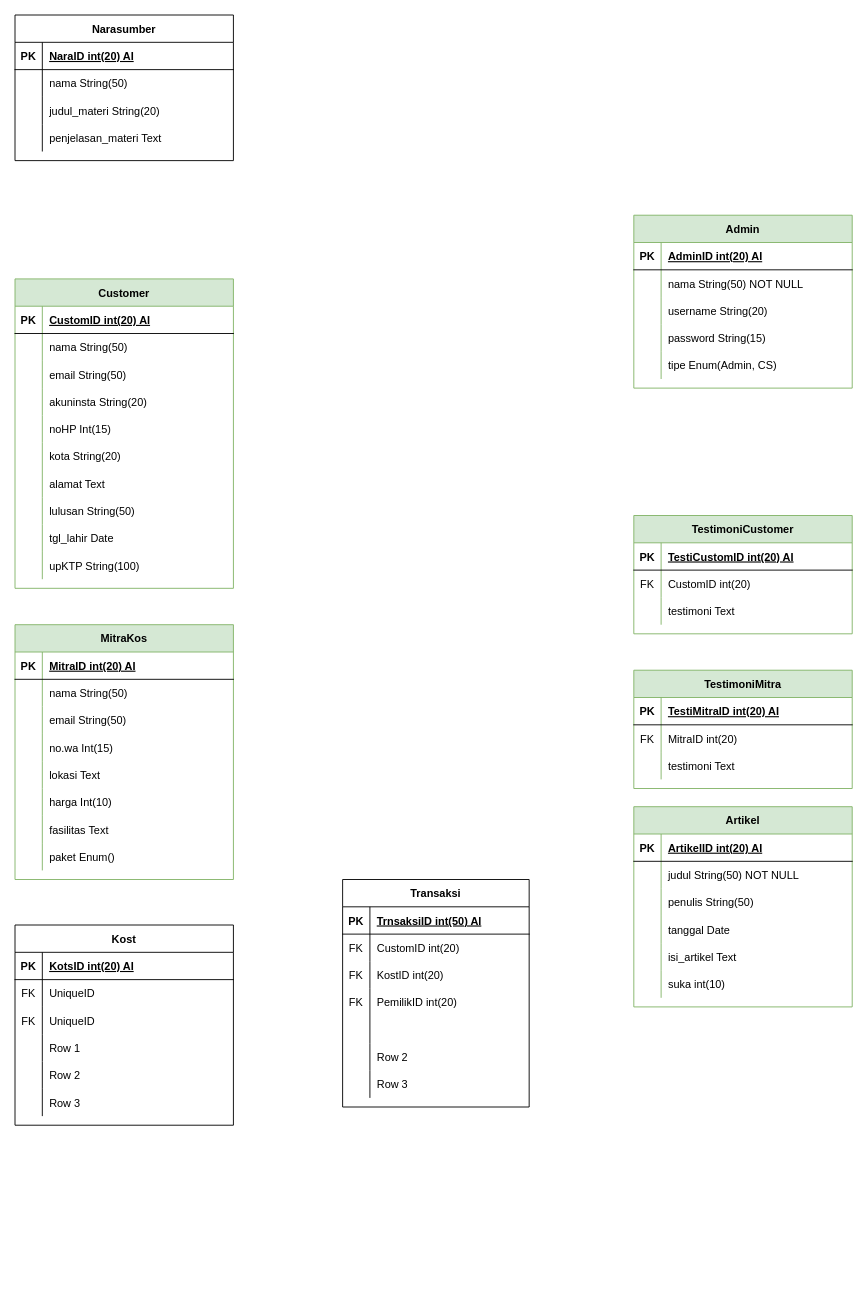
Earlier version of the draw.io diagram ERD TerasKos.drawio (sendy452/DIagram-Model). Source tidied: cells renumbered, new cells numbered last; positions are measured from the earlier drawing's top-left corner, leaving out a move shared by most shapes. Both pictures are drawn from the tidied source at 91%, with x=0, y=0 at pixel (15, 15).
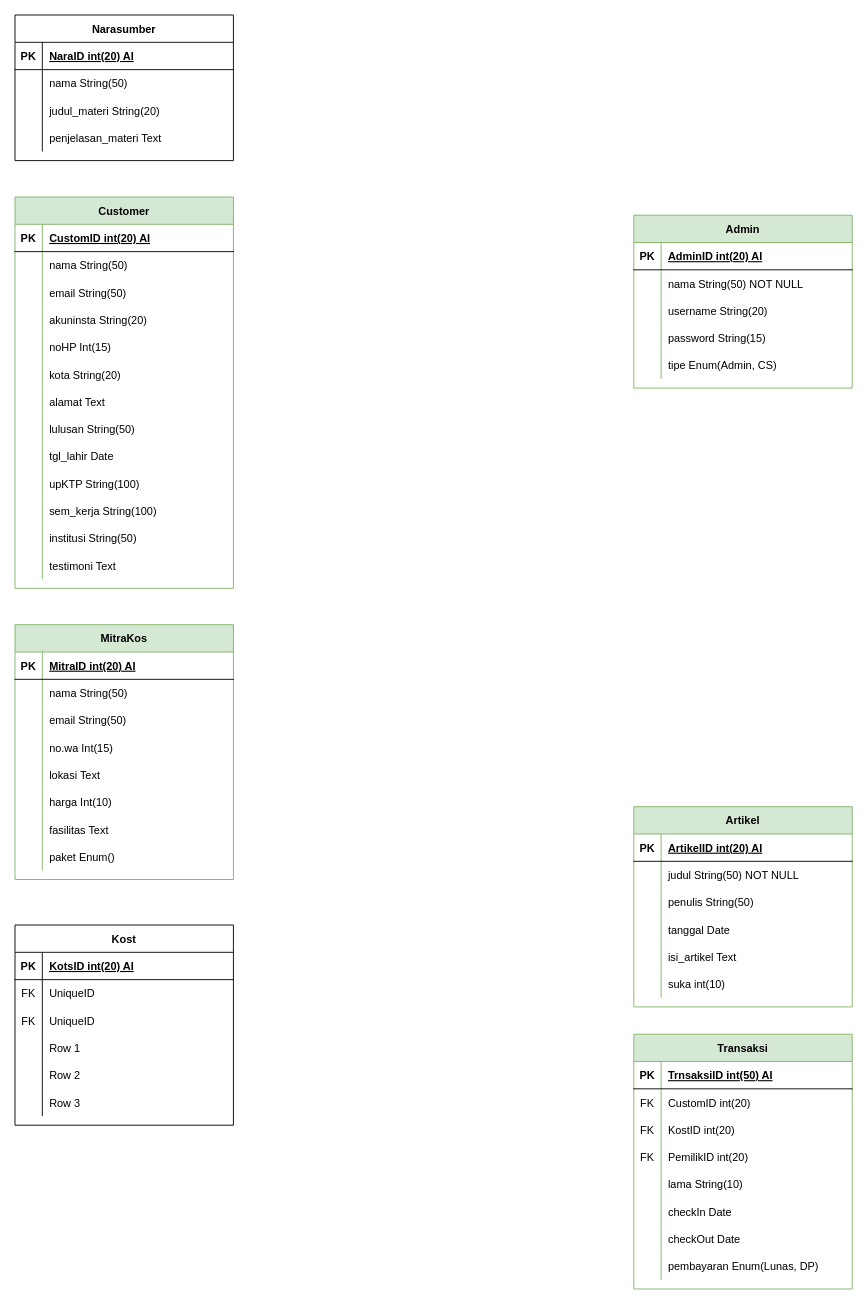
The same page after the edit.

Change to the diagram source:
```diff
@@
     <mxCell id="27" value="Customer" style="shape=table;startSize=30;childLayout=tableLayout;rowLines=0;fontStyle=1;align=center;fillColor=#d5e8d4;strokeColor=#82b366;" parent="1" vertex="1">
-      <mxGeometry y="290" width="240" height="340" as="geometry" />
+      <mxGeometry y="200" width="240" height="430" as="geometry" />
     </mxCell>
@@
+    <mxCell id="167" style="shape=partialRectangle;fillColor=none;top=0;left=0;bottom=0;right=0;" parent="27" vertex="1">
+      <mxGeometry y="330" width="240" height="30" as="geometry" />
+    </mxCell>
+    <mxCell id="168" style="shape=partialRectangle;fillColor=none;top=0;left=0;bottom=0;right=0;overflow=hidden;" parent="167" vertex="1">
+      <mxGeometry width="30" height="30" as="geometry" />
+    </mxCell>
+    <mxCell id="169" value="sem_kerja String(100)" style="shape=partialRectangle;fillColor=none;top=0;left=0;bottom=0;right=0;align=left;spacingLeft=6;overflow=hidden;" parent="167" vertex="1">
+      <mxGeometry x="30" width="210" height="30" as="geometry" />
+    </mxCell>
+    <mxCell id="170" style="shape=partialRectangle;fillColor=none;top=0;left=0;bottom=0;right=0;" parent="27" vertex="1">
+      <mxGeometry y="360" width="240" height="30" as="geometry" />
+    </mxCell>
+    <mxCell id="171" style="shape=partialRectangle;fillColor=none;top=0;left=0;bottom=0;right=0;overflow=hidden;" parent="170" vertex="1">
+      <mxGeometry width="30" height="30" as="geometry" />
+    </mxCell>
+    <mxCell id="172" value="institusi String(50)" style="shape=partialRectangle;fillColor=none;top=0;left=0;bottom=0;right=0;align=left;spacingLeft=6;overflow=hidden;" parent="170" vertex="1">
+      <mxGeometry x="30" width="210" height="30" as="geometry" />
+    </mxCell>
+    <mxCell id="173" style="shape=partialRectangle;fillColor=none;top=0;left=0;bottom=0;right=0;" parent="27" vertex="1">
+      <mxGeometry y="390" width="240" height="30" as="geometry" />
+    </mxCell>
+    <mxCell id="174" style="shape=partialRectangle;fillColor=none;top=0;left=0;bottom=0;right=0;overflow=hidden;" parent="173" vertex="1">
+      <mxGeometry width="30" height="30" as="geometry" />
+    </mxCell>
+    <mxCell id="175" value="testimoni Text" style="shape=partialRectangle;fillColor=none;top=0;left=0;bottom=0;right=0;align=left;spacingLeft=6;overflow=hidden;" parent="173" vertex="1">
+      <mxGeometry x="30" width="210" height="30" as="geometry" />
+    </mxCell>
@@
-    <mxCell id="93" value="TestimoniCustomer" style="shape=table;startSize=30;childLayout=tableLayout;rowLines=0;fontStyle=1;align=center;fillColor=#d5e8d4;strokeColor=#82b366;" parent="1" vertex="1">
-      <mxGeometry x="680" y="550" width="240" height="130" as="geometry" />
-    </mxCell>
-    <mxCell id="94" style="shape=partialRectangle;fillColor=none;top=0;left=0;bottom=1;right=0;" parent="93" vertex="1">
-      <mxGeometry y="30" width="240" height="30" as="geometry" />
-    </mxCell>
-    <mxCell id="95" value="PK" style="shape=partialRectangle;fillColor=none;top=0;left=0;bottom=0;right=0;fontStyle=1;overflow=hidden;" parent="94" vertex="1">
-      <mxGeometry width="30" height="30" as="geometry" />
-    </mxCell>
-    <mxCell id="96" value="TestiCustomID int(20) AI" style="shape=partialRectangle;fillColor=none;top=0;left=0;bottom=0;right=0;align=left;spacingLeft=6;fontStyle=5;overflow=hidden;" parent="94" vertex="1">
-      <mxGeometry x="30" width="210" height="30" as="geometry" />
-    </mxCell>
-    <mxCell id="97" style="shape=partialRectangle;fillColor=none;top=0;left=0;bottom=0;right=0;" parent="93" vertex="1">
-      <mxGeometry y="60" width="240" height="30" as="geometry" />
-    </mxCell>
-    <mxCell id="98" value="FK" style="shape=partialRectangle;fillColor=none;top=0;left=0;bottom=0;right=0;fontStyle=0;overflow=hidden;" parent="97" vertex="1">
-      <mxGeometry width="30" height="30" as="geometry" />
-    </mxCell>
-    <mxCell id="99" value="CustomID int(20)" style="shape=partialRectangle;fillColor=none;top=0;left=0;bottom=0;right=0;align=left;spacingLeft=6;fontStyle=0;overflow=hidden;" parent="97" vertex="1">
-      <mxGeometry x="30" width="210" height="30" as="geometry" />
-    </mxCell>
-    <mxCell id="100" style="shape=partialRectangle;fillColor=none;top=0;left=0;bottom=0;right=0;" parent="93" vertex="1">
-      <mxGeometry y="90" width="240" height="30" as="geometry" />
-    </mxCell>
-    <mxCell id="101" style="shape=partialRectangle;fillColor=none;top=0;left=0;bottom=0;right=0;overflow=hidden;" parent="100" vertex="1">
-      <mxGeometry width="30" height="30" as="geometry" />
-    </mxCell>
-    <mxCell id="102" value="testimoni Text" style="shape=partialRectangle;fillColor=none;top=0;left=0;bottom=0;right=0;align=left;spacingLeft=6;overflow=hidden;" parent="100" vertex="1">
-      <mxGeometry x="30" width="210" height="30" as="geometry" />
-    </mxCell>
-    <mxCell id="103" value="TestimoniMitra" style="shape=table;startSize=30;childLayout=tableLayout;rowLines=0;fontStyle=1;align=center;fillColor=#d5e8d4;strokeColor=#82b366;" parent="1" vertex="1">
-      <mxGeometry x="680" y="720" width="240" height="130" as="geometry" />
-    </mxCell>
-    <mxCell id="104" style="shape=partialRectangle;fillColor=none;top=0;left=0;bottom=1;right=0;" parent="103" vertex="1">
-      <mxGeometry y="30" width="240" height="30" as="geometry" />
-    </mxCell>
-    <mxCell id="105" value="PK" style="shape=partialRectangle;fillColor=none;top=0;left=0;bottom=0;right=0;fontStyle=1;overflow=hidden;" parent="104" vertex="1">
-      <mxGeometry width="30" height="30" as="geometry" />
-    </mxCell>
-    <mxCell id="106" value="TestiMitraID int(20) AI" style="shape=partialRectangle;fillColor=none;top=0;left=0;bottom=0;right=0;align=left;spacingLeft=6;fontStyle=5;overflow=hidden;" parent="104" vertex="1">
-      <mxGeometry x="30" width="210" height="30" as="geometry" />
-    </mxCell>
-    <mxCell id="107" style="shape=partialRectangle;fillColor=none;top=0;left=0;bottom=0;right=0;" parent="103" vertex="1">
-      <mxGeometry y="60" width="240" height="30" as="geometry" />
-    </mxCell>
-    <mxCell id="108" value="FK" style="shape=partialRectangle;fillColor=none;top=0;left=0;bottom=0;right=0;fontStyle=0;overflow=hidden;" parent="107" vertex="1">
-      <mxGeometry width="30" height="30" as="geometry" />
-    </mxCell>
-    <mxCell id="109" value="MitraID int(20)" style="shape=partialRectangle;fillColor=none;top=0;left=0;bottom=0;right=0;align=left;spacingLeft=6;fontStyle=0;overflow=hidden;" parent="107" vertex="1">
-      <mxGeometry x="30" width="210" height="30" as="geometry" />
-    </mxCell>
-    <mxCell id="110" style="shape=partialRectangle;fillColor=none;top=0;left=0;bottom=0;right=0;" parent="103" vertex="1">
-      <mxGeometry y="90" width="240" height="30" as="geometry" />
-    </mxCell>
-    <mxCell id="111" style="shape=partialRectangle;fillColor=none;top=0;left=0;bottom=0;right=0;overflow=hidden;" parent="110" vertex="1">
-      <mxGeometry width="30" height="30" as="geometry" />
-    </mxCell>
-    <mxCell id="112" value="testimoni Text" style="shape=partialRectangle;fillColor=none;top=0;left=0;bottom=0;right=0;align=left;spacingLeft=6;overflow=hidden;" parent="110" vertex="1">
-      <mxGeometry x="30" width="210" height="30" as="geometry" />
-    </mxCell>
@@
-    <mxCell id="145" value="Transaksi" style="shape=table;startSize=30;childLayout=tableLayout;rowLines=0;fontStyle=1;align=center;" parent="1" vertex="1">
-      <mxGeometry x="360" y="950" width="205" height="250" as="geometry" />
+    <mxCell id="145" value="Transaksi" style="shape=table;startSize=30;childLayout=tableLayout;rowLines=0;fontStyle=1;align=center;fillColor=#d5e8d4;strokeColor=#82b366;" parent="1" vertex="1">
+      <mxGeometry x="680" y="1120" width="240" height="280" as="geometry" />
     </mxCell>
     <mxCell id="146" style="shape=partialRectangle;fillColor=none;top=0;left=0;bottom=1;right=0;" parent="145" vertex="1">
-      <mxGeometry y="30" width="205" height="30" as="geometry" />
+      <mxGeometry y="30" width="240" height="30" as="geometry" />
     </mxCell>
@@
     <mxCell id="148" value="TrnsaksiID int(50) AI" style="shape=partialRectangle;fillColor=none;top=0;left=0;bottom=0;right=0;align=left;spacingLeft=6;fontStyle=5;overflow=hidden;" parent="146" vertex="1">
-      <mxGeometry x="30" width="175" height="30" as="geometry" />
+      <mxGeometry x="30" width="210" height="30" as="geometry" />
     </mxCell>
     <mxCell id="149" style="shape=partialRectangle;fillColor=none;top=0;left=0;bottom=0;right=0;" parent="145" vertex="1">
-      <mxGeometry y="60" width="205" height="30" as="geometry" />
+      <mxGeometry y="60" width="240" height="30" as="geometry" />
     </mxCell>
@@
     <mxCell id="151" value="CustomID int(20)" style="shape=partialRectangle;fillColor=none;top=0;left=0;bottom=0;right=0;align=left;spacingLeft=6;fontStyle=0;overflow=hidden;" parent="149" vertex="1">
-      <mxGeometry x="30" width="175" height="30" as="geometry" />
+      <mxGeometry x="30" width="210" height="30" as="geometry" />
     </mxCell>
     <mxCell id="152" style="shape=partialRectangle;fillColor=none;top=0;left=0;bottom=0;right=0;" parent="145" vertex="1">
-      <mxGeometry y="90" width="205" height="30" as="geometry" />
+      <mxGeometry y="90" width="240" height="30" as="geometry" />
     </mxCell>
@@
     <mxCell id="154" value="KostID int(20)" style="shape=partialRectangle;fillColor=none;top=0;left=0;bottom=0;right=0;align=left;spacingLeft=6;fontStyle=0;overflow=hidden;" parent="152" vertex="1">
-      <mxGeometry x="30" width="175" height="30" as="geometry" />
+      <mxGeometry x="30" width="210" height="30" as="geometry" />
     </mxCell>
     <mxCell id="155" style="shape=partialRectangle;fillColor=none;top=0;left=0;bottom=0;right=0;" parent="145" vertex="1">
-      <mxGeometry y="120" width="205" height="30" as="geometry" />
+      <mxGeometry y="120" width="240" height="30" as="geometry" />
     </mxCell>
@@
     <mxCell id="157" value="PemilikID int(20)" style="shape=partialRectangle;fillColor=none;top=0;left=0;bottom=0;right=0;align=left;spacingLeft=6;fontStyle=0;overflow=hidden;" parent="155" vertex="1">
-      <mxGeometry x="30" width="175" height="30" as="geometry" />
+      <mxGeometry x="30" width="210" height="30" as="geometry" />
     </mxCell>
     <mxCell id="158" style="shape=partialRectangle;fillColor=none;top=0;left=0;bottom=0;right=0;" parent="145" vertex="1">
-      <mxGeometry y="150" width="205" height="30" as="geometry" />
+      <mxGeometry y="150" width="240" height="30" as="geometry" />
     </mxCell>
@@
-    <mxCell id="160" style="shape=partialRectangle;fillColor=none;top=0;left=0;bottom=0;right=0;align=left;spacingLeft=6;overflow=hidden;" parent="158" vertex="1">
-      <mxGeometry x="30" width="175" height="30" as="geometry" />
+    <mxCell id="160" value="lama String(10)" style="shape=partialRectangle;fillColor=none;top=0;left=0;bottom=0;right=0;align=left;spacingLeft=6;overflow=hidden;" parent="158" vertex="1">
+      <mxGeometry x="30" width="210" height="30" as="geometry" />
     </mxCell>
+    <mxCell id="176" style="shape=partialRectangle;fillColor=none;top=0;left=0;bottom=0;right=0;" parent="145" vertex="1">
+      <mxGeometry y="180" width="240" height="30" as="geometry" />
+    </mxCell>
+    <mxCell id="177" style="shape=partialRectangle;fillColor=none;top=0;left=0;bottom=0;right=0;overflow=hidden;" parent="176" vertex="1">
+      <mxGeometry width="30" height="30" as="geometry" />
+    </mxCell>
+    <mxCell id="178" value="checkIn Date" style="shape=partialRectangle;fillColor=none;top=0;left=0;bottom=0;right=0;align=left;spacingLeft=6;overflow=hidden;" parent="176" vertex="1">
+      <mxGeometry x="30" width="210" height="30" as="geometry" />
+    </mxCell>
     <mxCell id="161" style="shape=partialRectangle;fillColor=none;top=0;left=0;bottom=0;right=0;" parent="145" vertex="1">
-      <mxGeometry y="180" width="205" height="30" as="geometry" />
+      <mxGeometry y="210" width="240" height="30" as="geometry" />
     </mxCell>
@@
-    <mxCell id="163" value="Row 2" style="shape=partialRectangle;fillColor=none;top=0;left=0;bottom=0;right=0;align=left;spacingLeft=6;overflow=hidden;" parent="161" vertex="1">
-      <mxGeometry x="30" width="175" height="30" as="geometry" />
+    <mxCell id="163" value="checkOut Date" style="shape=partialRectangle;fillColor=none;top=0;left=0;bottom=0;right=0;align=left;spacingLeft=6;overflow=hidden;" parent="161" vertex="1">
+      <mxGeometry x="30" width="210" height="30" as="geometry" />
     </mxCell>
     <mxCell id="164" style="shape=partialRectangle;fillColor=none;top=0;left=0;bottom=0;right=0;" parent="145" vertex="1">
-      <mxGeometry y="210" width="205" height="30" as="geometry" />
+      <mxGeometry y="240" width="240" height="30" as="geometry" />
     </mxCell>
@@
-    <mxCell id="166" value="Row 3" style="shape=partialRectangle;fillColor=none;top=0;left=0;bottom=0;right=0;align=left;spacingLeft=6;overflow=hidden;" parent="164" vertex="1">
-      <mxGeometry x="30" width="175" height="30" as="geometry" />
+    <mxCell id="166" value="pembayaran Enum(Lunas, DP)" style="shape=partialRectangle;fillColor=none;top=0;left=0;bottom=0;right=0;align=left;spacingLeft=6;overflow=hidden;" parent="164" vertex="1">
+      <mxGeometry x="30" width="210" height="30" as="geometry" />
     </mxCell>
```
